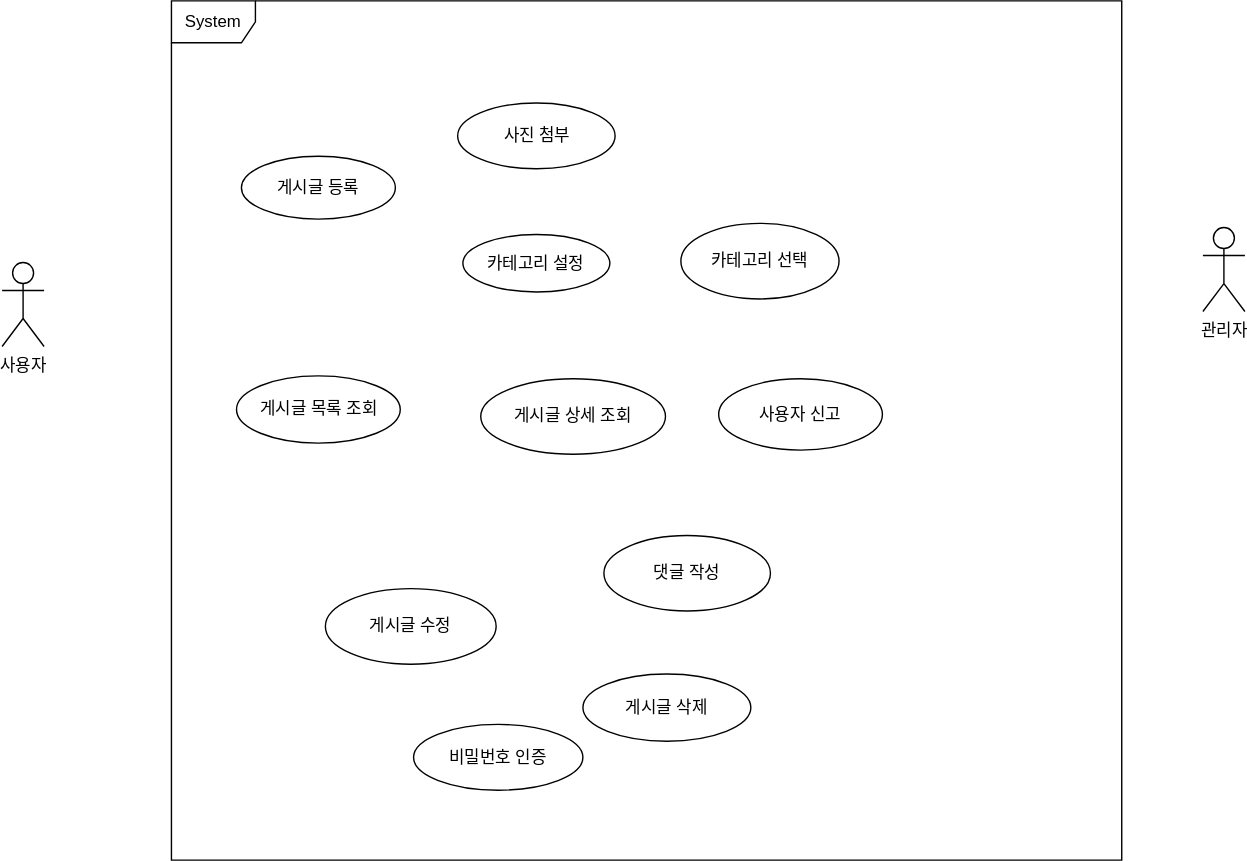
Before: 2일차.2.svg, a diagram exported from draw.io (hueyjeong/uml-leanring). Source tidied: cells renumbered, new cells last; positions are measured from the earlier drawing's top-left corner, leaving out a move shared by most shapes.
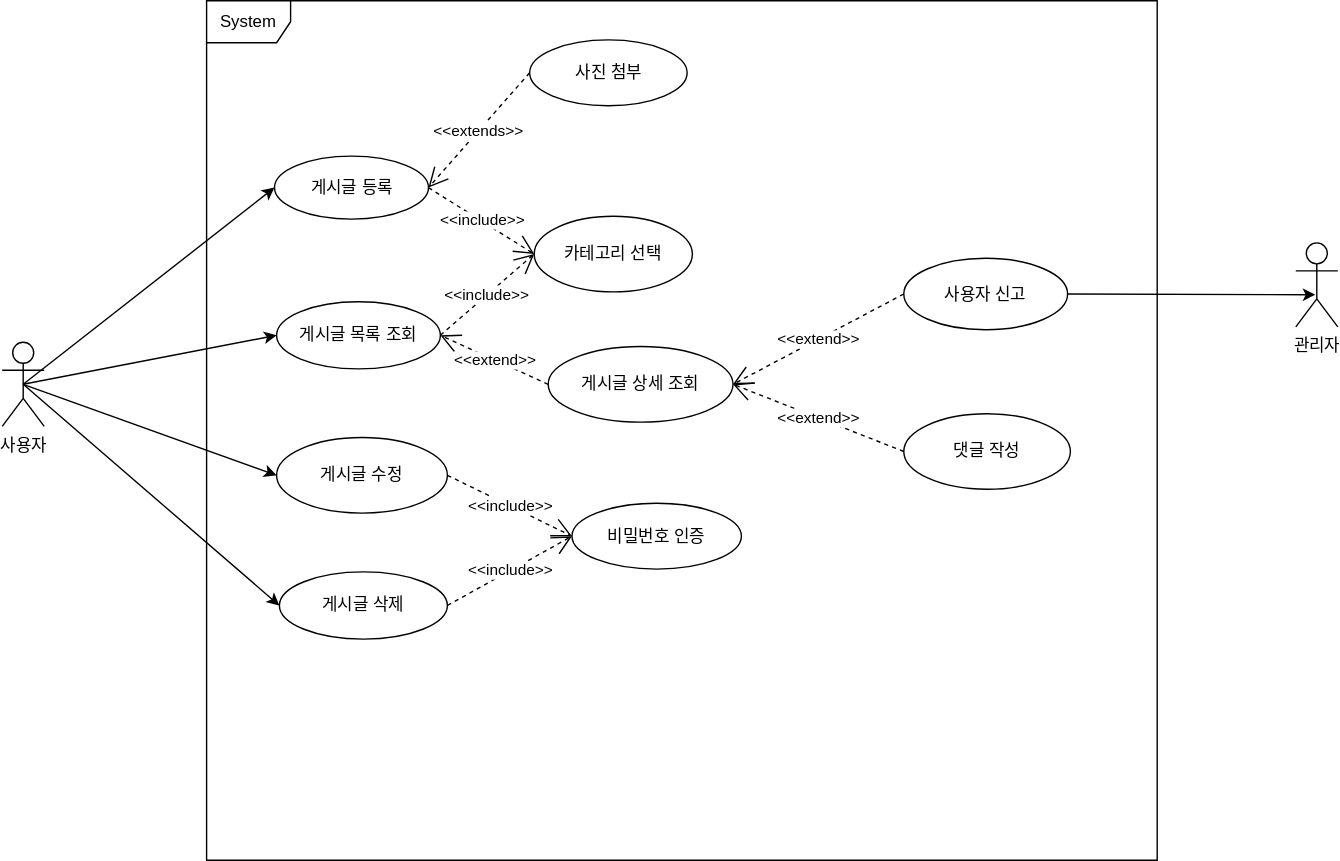
Later version of the same file.

Commit message:
2일차.2.svg 업데이트

The edit, as a diff of the source:
```diff
@@ -3,46 +3,82 @@
     <mxCell id="0" />
     <mxCell id="1" parent="0" />
     <mxCell id="2" value="사용자" style="shape=umlActor;verticalLabelPosition=bottom;verticalAlign=top;html=1;" parent="1" vertex="1">
-      <mxGeometry y="187" width="30" height="60" as="geometry" />
+      <mxGeometry x="-25" y="244" width="30" height="60" as="geometry" />
     </mxCell>
     <mxCell id="3" value="관리자" style="shape=umlActor;verticalLabelPosition=bottom;verticalAlign=top;html=1;" parent="1" vertex="1">
-      <mxGeometry x="858" y="162" width="30" height="60" as="geometry" />
+      <mxGeometry x="899" y="173" width="30" height="60" as="geometry" />
     </mxCell>
     <mxCell id="4" value="System" style="shape=umlFrame;whiteSpace=wrap;html=1;" parent="1" vertex="1">
       <mxGeometry x="121" width="679" height="614" as="geometry" />
     </mxCell>
     <mxCell id="5" value="게시글 등록" style="ellipse;whiteSpace=wrap;html=1;" parent="1" vertex="1">
-      <mxGeometry x="171" y="111" width="110" height="45" as="geometry" />
+      <mxGeometry x="169.5" y="111" width="110" height="45" as="geometry" />
     </mxCell>
-    <mxCell id="6" value="카테고리 설정" style="ellipse;whiteSpace=wrap;html=1;" parent="1" vertex="1">
-      <mxGeometry x="329.2" y="167" width="105" height="41" as="geometry" />
-    </mxCell>
     <mxCell id="7" value="사진 첨부" style="ellipse;whiteSpace=wrap;html=1;" parent="1" vertex="1">
-      <mxGeometry x="325.5" y="73" width="112.5" height="47" as="geometry" />
+      <mxGeometry x="351.8" y="28" width="112.5" height="47" as="geometry" />
     </mxCell>
     <mxCell id="8" value="게시글 목록 조회" style="ellipse;whiteSpace=wrap;html=1;" parent="1" vertex="1">
-      <mxGeometry x="167.5" y="268" width="117" height="48" as="geometry" />
+      <mxGeometry x="171" y="215" width="117" height="48" as="geometry" />
     </mxCell>
     <mxCell id="9" value="게시글 상세 조회" style="ellipse;whiteSpace=wrap;html=1;" parent="1" vertex="1">
-      <mxGeometry x="342" y="270" width="132" height="54" as="geometry" />
+      <mxGeometry x="365" y="247" width="132" height="54" as="geometry" />
     </mxCell>
     <mxCell id="10" value="댓글 작성" style="ellipse;whiteSpace=wrap;html=1;" parent="1" vertex="1">
-      <mxGeometry x="430" y="382" width="119" height="54" as="geometry" />
+      <mxGeometry x="619" y="295" width="119" height="54" as="geometry" />
     </mxCell>
     <mxCell id="11" value="사용자 신고" style="ellipse;whiteSpace=wrap;html=1;" parent="1" vertex="1">
-      <mxGeometry x="512" y="270" width="117" height="51" as="geometry" />
+      <mxGeometry x="619" y="184" width="117" height="51" as="geometry" />
     </mxCell>
     <mxCell id="12" value="게시글 수정" style="ellipse;whiteSpace=wrap;html=1;" parent="1" vertex="1">
-      <mxGeometry x="231" y="420" width="122" height="54" as="geometry" />
+      <mxGeometry x="171" y="312" width="122" height="54" as="geometry" />
     </mxCell>
     <mxCell id="13" value="게시글 삭제" style="ellipse;whiteSpace=wrap;html=1;" parent="1" vertex="1">
-      <mxGeometry x="415" y="481" width="120" height="48" as="geometry" />
+      <mxGeometry x="173" y="408" width="120" height="48" as="geometry" />
     </mxCell>
     <mxCell id="14" value="비밀번호 인증" style="ellipse;whiteSpace=wrap;html=1;" parent="1" vertex="1">
-      <mxGeometry x="294" y="517" width="121" height="47" as="geometry" />
+      <mxGeometry x="382" y="359" width="121" height="47" as="geometry" />
     </mxCell>
     <mxCell id="15" value="카테고리 선택" style="ellipse;whiteSpace=wrap;html=1;" parent="1" vertex="1">
-      <mxGeometry x="485" y="159" width="113" height="54" as="geometry" />
+      <mxGeometry x="355" y="154" width="113" height="54" as="geometry" />
     </mxCell>
+    <mxCell id="16" style="endArrow=classic;html=1;rounded=0;exitX=0.5;exitY=0.5;exitDx=0;exitDy=0;exitPerimeter=0;entryX=0;entryY=0.5;entryDx=0;entryDy=0;" parent="1" edge="1" source="2" target="5">
+      <mxGeometry relative="1" as="geometry" />
+    </mxCell>
+    <mxCell id="17" style="endArrow=classic;html=1;rounded=0;exitX=0.5;exitY=0.5;exitDx=0;exitDy=0;exitPerimeter=0;entryX=0;entryY=0.5;entryDx=0;entryDy=0;" parent="1" edge="1" source="2" target="8">
+      <mxGeometry relative="1" as="geometry" />
+    </mxCell>
+    <mxCell id="18" style="endArrow=classic;html=1;rounded=0;exitX=0.5;exitY=0.5;exitDx=0;exitDy=0;exitPerimeter=0;entryX=0;entryY=0.5;entryDx=0;entryDy=0;" parent="1" edge="1" source="2" target="12">
+      <mxGeometry relative="1" as="geometry" />
+    </mxCell>
+    <mxCell id="19" style="endArrow=classic;html=1;rounded=0;exitX=0.5;exitY=0.5;exitDx=0;exitDy=0;exitPerimeter=0;entryX=0;entryY=0.5;entryDx=0;entryDy=0;" parent="1" edge="1" source="2" target="13">
+      <mxGeometry relative="1" as="geometry" />
+    </mxCell>
+    <mxCell id="20" value="&amp;lt;&amp;lt;include&amp;gt;&amp;gt;" style="endArrow=open;endSize=12;dashed=1;html=1;rounded=0;exitX=1;exitY=0.5;exitDx=0;exitDy=0;entryX=0;entryY=0.5;entryDx=0;entryDy=0;" parent="1" edge="1" source="5" target="15">
+      <mxGeometry relative="1" as="geometry" />
+    </mxCell>
+    <mxCell id="21" value="&amp;lt;&amp;lt;extend&amp;gt;&amp;gt;" style="endArrow=open;endSize=12;dashed=1;html=1;rounded=0;entryX=1;entryY=0.5;entryDx=0;entryDy=0;exitX=0;exitY=0.5;exitDx=0;exitDy=0;" parent="1" edge="1" source="11" target="9">
+      <mxGeometry relative="1" as="geometry" />
+    </mxCell>
+    <mxCell id="22" value="&amp;lt;&amp;lt;extends&amp;gt;&amp;gt;" style="endArrow=open;endSize=12;dashed=1;html=1;rounded=0;exitX=0;exitY=0.5;exitDx=0;exitDy=0;entryX=1;entryY=0.5;entryDx=0;entryDy=0;" parent="1" edge="1" source="7" target="5">
+      <mxGeometry relative="1" as="geometry" />
+    </mxCell>
+    <mxCell id="23" value="&amp;lt;&amp;lt;include&amp;gt;&amp;gt;" style="endArrow=open;endSize=12;dashed=1;html=1;rounded=0;exitX=1;exitY=0.5;exitDx=0;exitDy=0;entryX=0;entryY=0.5;entryDx=0;entryDy=0;" parent="1" edge="1" source="8" target="15">
+      <mxGeometry relative="1" as="geometry" />
+    </mxCell>
+    <mxCell id="24" value="&amp;lt;&amp;lt;include&amp;gt;&amp;gt;" style="endArrow=open;endSize=12;dashed=1;html=1;rounded=0;exitX=1;exitY=0.5;exitDx=0;exitDy=0;entryX=0;entryY=0.5;entryDx=0;entryDy=0;" parent="1" edge="1" source="12" target="14">
+      <mxGeometry relative="1" as="geometry" />
+    </mxCell>
+    <mxCell id="25" value="&amp;lt;&amp;lt;include&amp;gt;&amp;gt;" style="endArrow=open;endSize=12;dashed=1;html=1;rounded=0;exitX=1;exitY=0.5;exitDx=0;exitDy=0;entryX=0;entryY=0.5;entryDx=0;entryDy=0;" parent="1" edge="1" source="13" target="14">
+      <mxGeometry relative="1" as="geometry" />
+    </mxCell>
+    <mxCell id="26" value="&amp;lt;&amp;lt;extend&amp;gt;&amp;gt;" style="endArrow=open;endSize=12;dashed=1;html=1;rounded=0;entryX=1;entryY=0.5;entryDx=0;entryDy=0;exitX=0;exitY=0.5;exitDx=0;exitDy=0;" parent="1" edge="1" source="10" target="9">
+      <mxGeometry relative="1" as="geometry" />
+    </mxCell>
+    <mxCell id="27" value="&amp;lt;&amp;lt;extend&amp;gt;&amp;gt;" style="endArrow=open;endSize=12;dashed=1;html=1;rounded=0;entryX=1;entryY=0.5;entryDx=0;entryDy=0;exitX=0;exitY=0.5;exitDx=0;exitDy=0;" parent="1" edge="1" source="9" target="8">
+      <mxGeometry relative="1" as="geometry" />
+    </mxCell>
+    <mxCell id="28" style="endArrow=classic;html=1;rounded=0;exitX=1;exitY=0.5;exitDx=0;exitDy=0;entryX=0.467;entryY=0.617;entryDx=0;entryDy=0;entryPerimeter=0;" parent="1" edge="1" source="11" target="3">
+      <mxGeometry relative="1" as="geometry" />
+    </mxCell>
   </root>
 </mxGraphModel>
```
